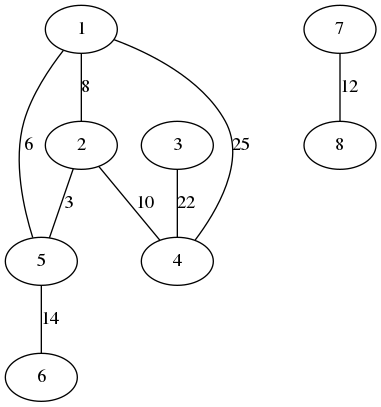
Before: saida.dot.png, a diagram exported from Graphviz (pedrobellotti/trabalhoGrafos). Its source is kept beside it as saida.dot.
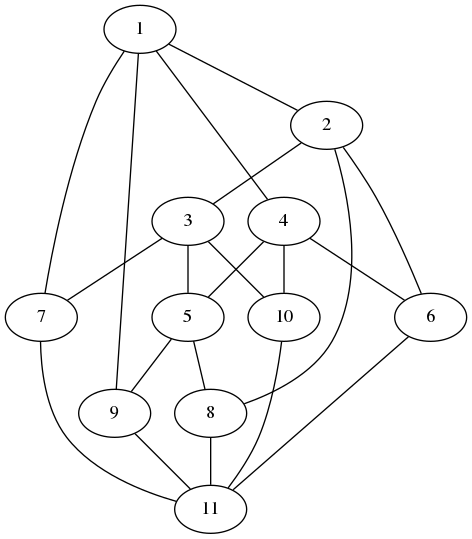
After the commit.

The edit, as a diff of the source:
```diff
@@ -1,10 +1,22 @@
 graph {
-1 -- 2[label=8];
-1 -- 4[label=25];
-1 -- 5[label=6];
-2 -- 4[label=10];
-2 -- 5[label=3];
-3 -- 4[label=22];
-5 -- 6[label=14];
-7 -- 8[label=12];
+1 -- 2;
+1 -- 4;
+1 -- 7;
+1 -- 9;
+2 -- 3;
+2 -- 6;
+2 -- 8;
+3 -- 5;
+3 -- 7;
+3 -- 10;
+4 -- 5;
+4 -- 6;
+4 -- 10;
+5 -- 8;
+5 -- 9;
+6 -- 11;
+7 -- 11;
+8 -- 11;
+9 -- 11;
+10 -- 11;
 }
```
